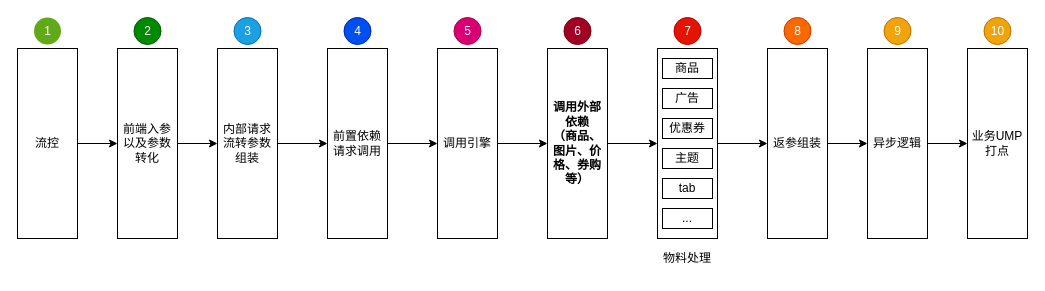
Earlier version of the draw.io diagram 展示服务流程图.drawio (BlankKelly/diagrams). Source tidied: cells renumbered, new cells numbered last; positions are measured from the earlier drawing's top-left corner, leaving out a move shared by most shapes. Both pictures are drawn from the tidied source at 100%, with x=0, y=0 at pixel (17, 17).
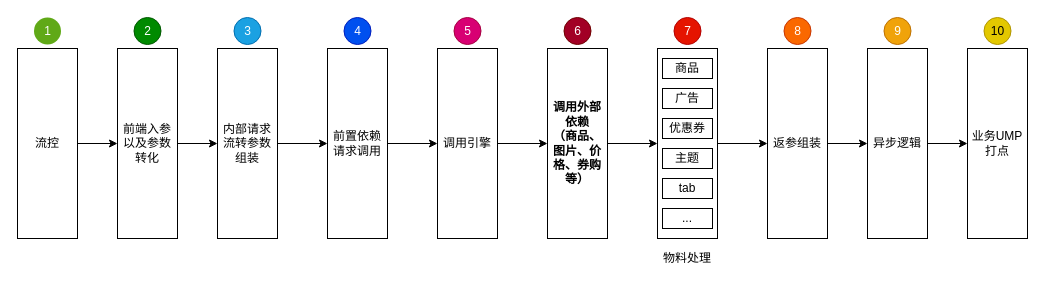
After the change.

Commit message (it also covers changes not shown here):
更新展示服务流程图.drawio

What changed in the source:
```diff
@@
-    <mxCell id="37" value="10" style="ellipse;whiteSpace=wrap;html=1;fillColor=#f0a30a;fontColor=#FFFFFF;strokeColor=#BD7000;" parent="1" vertex="1">
+    <mxCell id="37" value="10" style="ellipse;whiteSpace=wrap;html=1;fillColor=#e3c800;fontColor=#000000;strokeColor=#B09500;" parent="1" vertex="1">
       <mxGeometry x="966.5" width="27" height="27" as="geometry" />
     </mxCell>
```
